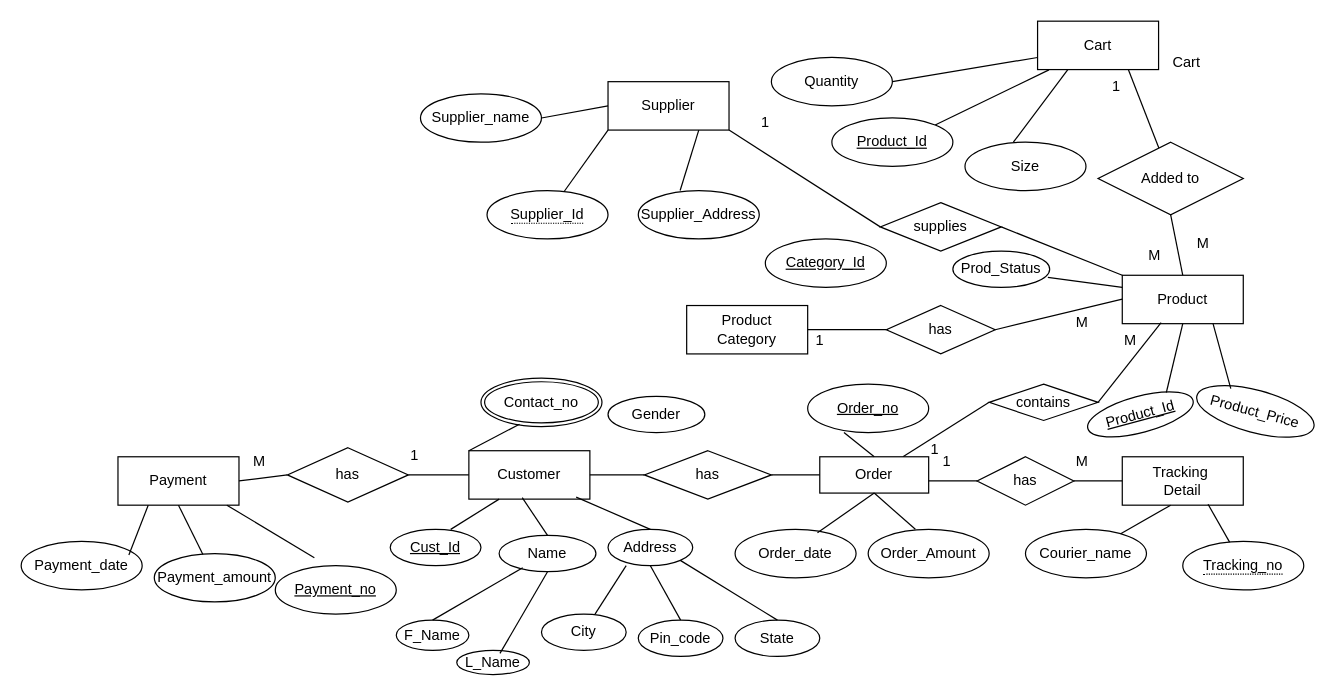
The draw.io diagram Untitled Diagram.drawio in GitFather47/SmartKroy-Online-Shopping-App, before the edit. Source tidied: cells renumbered, new cells numbered last; positions are measured from the earlier drawing's top-left corner, leaving out a move shared by most shapes. Both pictures are drawn from the tidied source at 121%, with x=0, y=0 at pixel (21, 21).
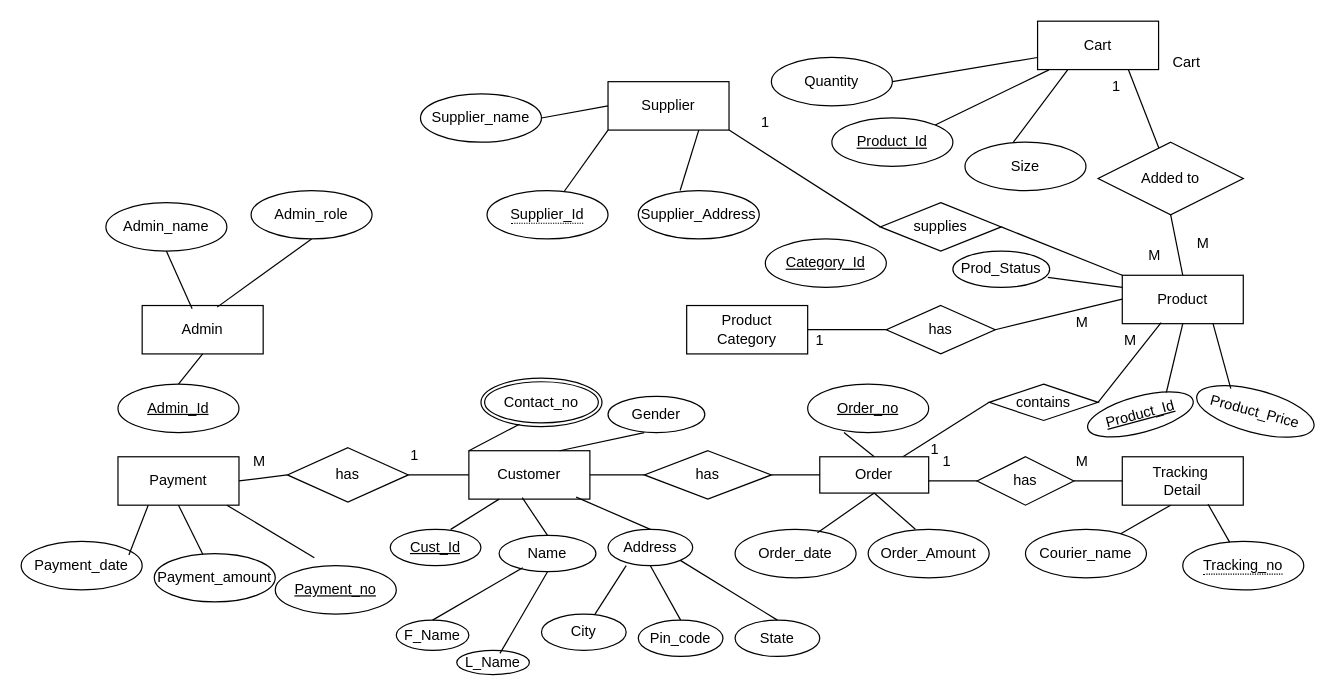
After the change.

The change refers to these unchanged cells:
```xml
<mxCell id="65" value="Customer" style="whiteSpace=wrap;html=1;align=center;" parent="1" vertex="1">
  <mxGeometry x="370" y="355" width="100" height="40" as="geometry" />
</mxCell>
```

Diff of the diagram source:
```diff
@@
+    <mxCell id="98" value="Admin" style="whiteSpace=wrap;html=1;align=center;" parent="1" vertex="1">
+      <mxGeometry x="100" y="235" width="100" height="40" as="geometry" />
+    </mxCell>
+    <mxCell id="99" value="Admin_name" style="ellipse;whiteSpace=wrap;html=1;align=center;" parent="1" vertex="1">
+      <mxGeometry x="70" y="150" width="100" height="40" as="geometry" />
+    </mxCell>
+    <mxCell id="100" value="Admin_role" style="ellipse;whiteSpace=wrap;html=1;align=center;" parent="1" vertex="1">
+      <mxGeometry x="190" y="140" width="100" height="40" as="geometry" />
+    </mxCell>
+    <mxCell id="101" style="endArrow=none;html=1;rounded=0;exitX=0.62;exitY=0.033;exitDx=0;exitDy=0;exitPerimeter=0;entryX=0.5;entryY=1;entryDx=0;entryDy=0;" parent="1" edge="1" source="98" target="100">
+      <mxGeometry relative="1" as="geometry" />
+    </mxCell>
+    <mxCell id="102" style="endArrow=none;html=1;rounded=0;entryX=0.5;entryY=1;entryDx=0;entryDy=0;exitX=0.413;exitY=0.067;exitDx=0;exitDy=0;exitPerimeter=0;" parent="1" edge="1" source="98" target="99">
+      <mxGeometry relative="1" as="geometry" />
+    </mxCell>
+    <mxCell id="103" value="Admin_Id" style="ellipse;whiteSpace=wrap;html=1;align=center;fontStyle=4;" parent="1" vertex="1">
+      <mxGeometry x="80" y="300" width="100" height="40" as="geometry" />
+    </mxCell>
+    <mxCell id="104" style="endArrow=none;html=1;rounded=0;exitX=0.75;exitY=0;exitDx=0;exitDy=0;" parent="1" edge="1" source="65">
+      <mxGeometry relative="1" as="geometry">
+        <mxPoint x="515" y="340" as="targetPoint" />
+      </mxGeometry>
+    </mxCell>
+    <mxCell id="105" style="endArrow=none;html=1;rounded=0;exitX=0.5;exitY=0;exitDx=0;exitDy=0;entryX=0.5;entryY=1;entryDx=0;entryDy=0;" parent="1" edge="1" source="103" target="98">
+      <mxGeometry relative="1" as="geometry" />
+    </mxCell>
```
